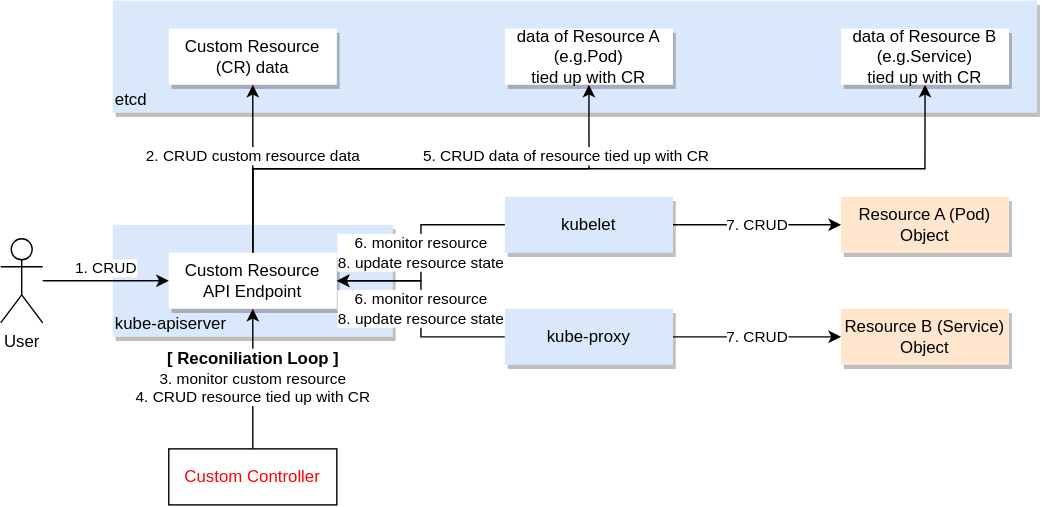
Before: Kubernetes/images/custom-controller.drawio.svg, a diagram exported from draw.io (k-makino-jp/sandbox). Source tidied: cells renumbered, new cells last; positions are measured from the earlier drawing's top-left corner, leaving out a move shared by most shapes.
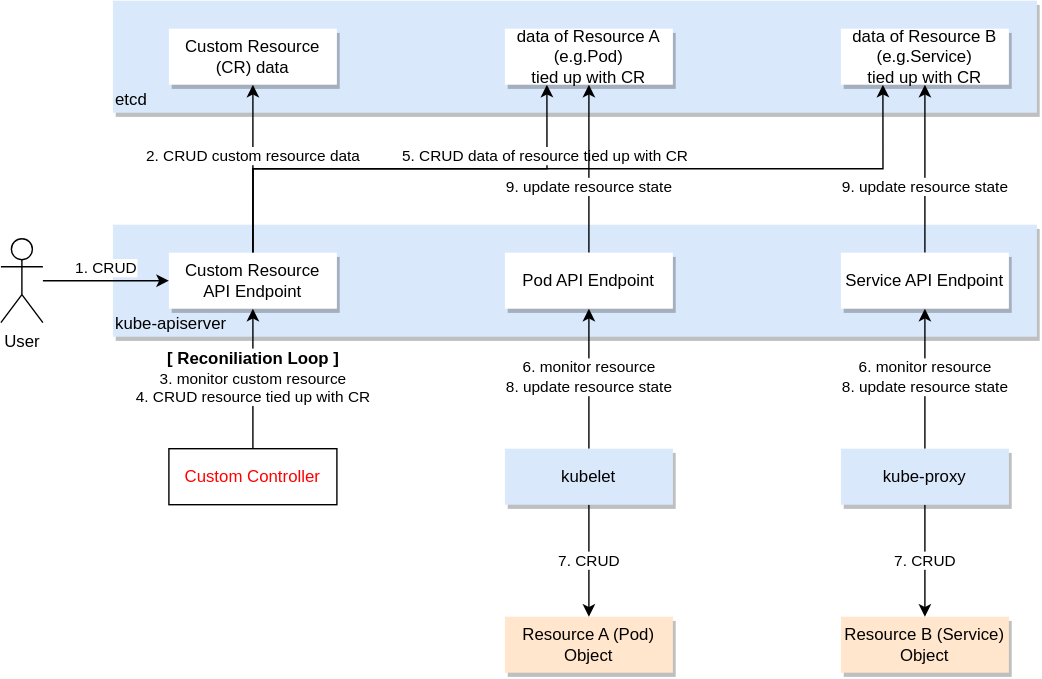
Later version of the same file.

What changed in the source:
```diff
@@ -6,15 +6,15 @@
       <mxGeometry x="80" width="660" height="80" as="geometry" />
     </mxCell>
     <mxCell id="3" value="kube-apiserver" style="rounded=0;whiteSpace=wrap;html=1;align=left;verticalAlign=bottom;shadow=1;fillColor=#dae8fc;strokeColor=none;" parent="1" vertex="1">
-      <mxGeometry x="80" y="160" width="200" height="80" as="geometry" />
+      <mxGeometry x="80" y="160" width="660" height="80" as="geometry" />
     </mxCell>
     <mxCell id="4" value="2. CRUD custom resource data" style="edgeStyle=orthogonalEdgeStyle;rounded=0;jettySize=auto;html=1;exitX=0.5;exitY=0;exitDx=0;exitDy=0;verticalAlign=bottom;" parent="1" edge="1" source="7" target="12">
       <mxGeometry relative="1" as="geometry" />
     </mxCell>
-    <mxCell id="5" value="5. CRUD data of resource tied up with CR" style="edgeStyle=orthogonalEdgeStyle;rounded=0;jettySize=auto;html=1;exitX=0.5;exitY=0;exitDx=0;exitDy=0;entryX=0.5;entryY=1;entryDx=0;entryDy=0;align=left;verticalAlign=bottom;" parent="1" edge="1" source="7" target="13">
+    <mxCell id="5" value="5. CRUD data of resource tied up with CR" style="edgeStyle=orthogonalEdgeStyle;rounded=0;jettySize=auto;html=1;exitX=0.5;exitY=0;exitDx=0;exitDy=0;entryX=0.25;entryY=1;entryDx=0;entryDy=0;align=left;verticalAlign=bottom;" parent="1" edge="1" source="7" target="13">
       <mxGeometry relative="1" as="geometry" />
     </mxCell>
-    <mxCell id="6" style="edgeStyle=orthogonalEdgeStyle;rounded=0;jettySize=auto;html=1;exitX=0.5;exitY=0;exitDx=0;exitDy=0;entryX=0.5;entryY=1;entryDx=0;entryDy=0;align=left;verticalAlign=bottom;" parent="1" edge="1" source="7" target="16">
+    <mxCell id="6" style="edgeStyle=orthogonalEdgeStyle;rounded=0;jettySize=auto;html=1;exitX=0.5;exitY=0;exitDx=0;exitDy=0;entryX=0.25;entryY=1;entryDx=0;entryDy=0;align=left;verticalAlign=bottom;" parent="1" edge="1" source="7" target="16">
       <mxGeometry relative="1" as="geometry" />
     </mxCell>
     <mxCell id="7" value="Custom Resource API Endpoint" style="rounded=0;whiteSpace=wrap;html=1;strokeColor=none;shadow=1;" parent="1" vertex="1">
@@ -39,31 +39,43 @@
       <mxGeometry x="360" y="20" width="120" height="40" as="geometry" />
     </mxCell>
     <mxCell id="14" value="Resource A (Pod) Object" style="rounded=0;whiteSpace=wrap;html=1;shadow=1;fillColor=#ffe6cc;strokeColor=none;" parent="1" vertex="1">
-      <mxGeometry x="600" y="140" width="120" height="40" as="geometry" />
+      <mxGeometry x="360" y="440" width="120" height="40" as="geometry" />
     </mxCell>
     <mxCell id="15" value="Resource B (Service) Object" style="rounded=0;whiteSpace=wrap;html=1;shadow=1;fillColor=#ffe6cc;strokeColor=none;" parent="1" vertex="1">
-      <mxGeometry x="600" y="220" width="120" height="40" as="geometry" />
+      <mxGeometry x="600" y="440" width="120" height="40" as="geometry" />
     </mxCell>
     <mxCell id="16" value="data of Resource B (e.g.Service)&lt;br&gt;tied up with CR" style="rounded=0;whiteSpace=wrap;html=1;strokeColor=none;shadow=1;" parent="1" vertex="1">
       <mxGeometry x="600" y="20" width="120" height="40" as="geometry" />
     </mxCell>
-    <mxCell id="17" value="6. monitor resource&lt;br&gt;8. update resource state&lt;br&gt;" style="edgeStyle=orthogonalEdgeStyle;rounded=0;jettySize=auto;html=1;exitX=0;exitY=0.5;exitDx=0;exitDy=0;entryX=1;entryY=0.5;entryDx=0;entryDy=0;align=center;verticalAlign=middle;" parent="1" edge="1" source="19" target="7">
+    <mxCell id="17" value="6. monitor resource&lt;br&gt;8. update resource state&lt;br&gt;" style="edgeStyle=orthogonalEdgeStyle;rounded=0;jettySize=auto;html=1;exitX=0.5;exitY=0;exitDx=0;exitDy=0;entryX=0.5;entryY=1;entryDx=0;entryDy=0;align=center;verticalAlign=middle;" parent="1" edge="1" source="19" target="24">
       <mxGeometry relative="1" as="geometry" />
     </mxCell>
-    <mxCell id="18" value="7. CRUD" style="edgeStyle=orthogonalEdgeStyle;rounded=0;jettySize=auto;html=1;exitX=1;exitY=0.5;exitDx=0;exitDy=0;entryX=0;entryY=0.5;entryDx=0;entryDy=0;align=center;verticalAlign=middle;" parent="1" edge="1" source="19" target="14">
+    <mxCell id="18" value="7. CRUD" style="edgeStyle=orthogonalEdgeStyle;rounded=0;jettySize=auto;html=1;exitX=0.5;exitY=1;exitDx=0;exitDy=0;entryX=0.5;entryY=0;entryDx=0;entryDy=0;align=center;verticalAlign=middle;" parent="1" edge="1" source="19" target="14">
       <mxGeometry relative="1" as="geometry" />
     </mxCell>
     <mxCell id="19" value="kubelet" style="rounded=0;whiteSpace=wrap;html=1;fillColor=#dae8fc;shadow=1;strokeColor=none;" parent="1" vertex="1">
-      <mxGeometry x="360" y="140" width="120" height="40" as="geometry" />
+      <mxGeometry x="360" y="320" width="120" height="40" as="geometry" />
     </mxCell>
-    <mxCell id="20" value="7. CRUD" style="edgeStyle=orthogonalEdgeStyle;rounded=0;jettySize=auto;html=1;exitX=1;exitY=0.5;exitDx=0;exitDy=0;entryX=0;entryY=0.5;entryDx=0;entryDy=0;align=center;verticalAlign=middle;" parent="1" edge="1" source="22" target="15">
+    <mxCell id="20" value="7. CRUD" style="edgeStyle=orthogonalEdgeStyle;rounded=0;jettySize=auto;html=1;exitX=0.5;exitY=1;exitDx=0;exitDy=0;entryX=0.5;entryY=0;entryDx=0;entryDy=0;align=center;verticalAlign=middle;" parent="1" edge="1" source="22" target="15">
       <mxGeometry relative="1" as="geometry" />
     </mxCell>
-    <mxCell id="21" value="6. monitor resource&lt;br&gt;8. update resource state" style="edgeStyle=orthogonalEdgeStyle;rounded=0;jettySize=auto;html=1;exitX=0;exitY=0.5;exitDx=0;exitDy=0;entryX=1;entryY=0.5;entryDx=0;entryDy=0;align=center;verticalAlign=middle;" parent="1" edge="1" source="22" target="7">
+    <mxCell id="21" value="6. monitor resource&lt;br&gt;8. update resource state" style="edgeStyle=orthogonalEdgeStyle;rounded=0;jettySize=auto;html=1;exitX=0.5;exitY=0;exitDx=0;exitDy=0;entryX=0.5;entryY=1;entryDx=0;entryDy=0;align=center;verticalAlign=middle;" parent="1" edge="1" source="22" target="26">
       <mxGeometry relative="1" as="geometry" />
     </mxCell>
     <mxCell id="22" value="kube-proxy" style="rounded=0;whiteSpace=wrap;html=1;fillColor=#dae8fc;shadow=1;strokeColor=none;" parent="1" vertex="1">
-      <mxGeometry x="360" y="220" width="120" height="40" as="geometry" />
+      <mxGeometry x="600" y="320" width="120" height="40" as="geometry" />
     </mxCell>
+    <mxCell id="23" value="9. update resource state" style="edgeStyle=orthogonalEdgeStyle;rounded=0;jettySize=auto;html=1;exitX=0.5;exitY=0;exitDx=0;exitDy=0;entryX=0.5;entryY=1;entryDx=0;entryDy=0;verticalAlign=top;" parent="1" edge="1" source="24" target="13">
+      <mxGeometry relative="1" as="geometry" />
+    </mxCell>
+    <mxCell id="24" value="Pod API Endpoint" style="rounded=0;whiteSpace=wrap;html=1;strokeColor=none;shadow=1;" parent="1" vertex="1">
+      <mxGeometry x="360" y="180" width="120" height="40" as="geometry" />
+    </mxCell>
+    <mxCell id="25" value="9. update resource state" style="edgeStyle=orthogonalEdgeStyle;rounded=0;jettySize=auto;html=1;exitX=0.5;exitY=0;exitDx=0;exitDy=0;entryX=0.5;entryY=1;entryDx=0;entryDy=0;verticalAlign=top;" parent="1" edge="1" source="26" target="16">
+      <mxGeometry relative="1" as="geometry" />
+    </mxCell>
+    <mxCell id="26" value="Service API Endpoint" style="rounded=0;whiteSpace=wrap;html=1;strokeColor=none;shadow=1;" parent="1" vertex="1">
+      <mxGeometry x="600" y="180" width="120" height="40" as="geometry" />
+    </mxCell>
   </root>
 </mxGraphModel>
```
